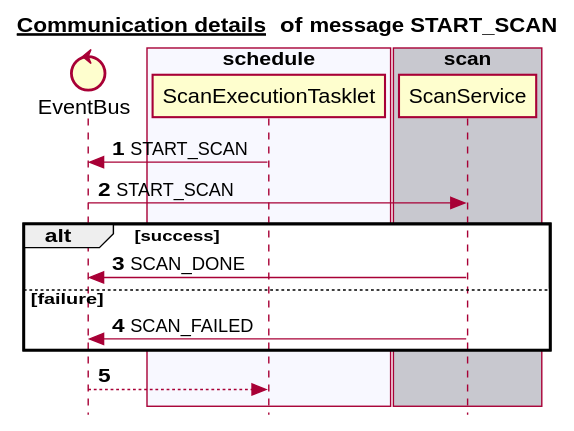
This is docs/latest/images/gen_domain_messaging_start_scan.svg from mercedes-benz/sechub, a PlantUML export, as it was before one commit.
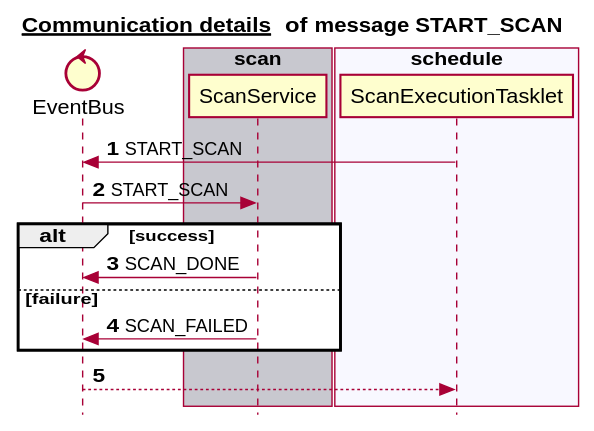
The same file after the commit.

Diff of the diagram source:
```diff
@@ -6,17 +6,17 @@
 
 
 control EventBus
-box "notification" #C8C8CF
-end box
-box "authorization" #F8F8FF
-end box
-box "administration" #C8C8CF
+box "scan" #C8C8CF
+   participant ScanService
 end box
 box "schedule" #F8F8FF
    participant ScanExecutionTasklet
 end box
-box "scan" #C8C8CF
-   participant ScanService
+box "authorization" #C8C8CF
+end box
+box "notification" #F8F8FF
+end box
+box "administration" #C8C8CF
 end box
 autonumber 1
 ScanExecutionTasklet -> EventBus:START_SCAN
```
